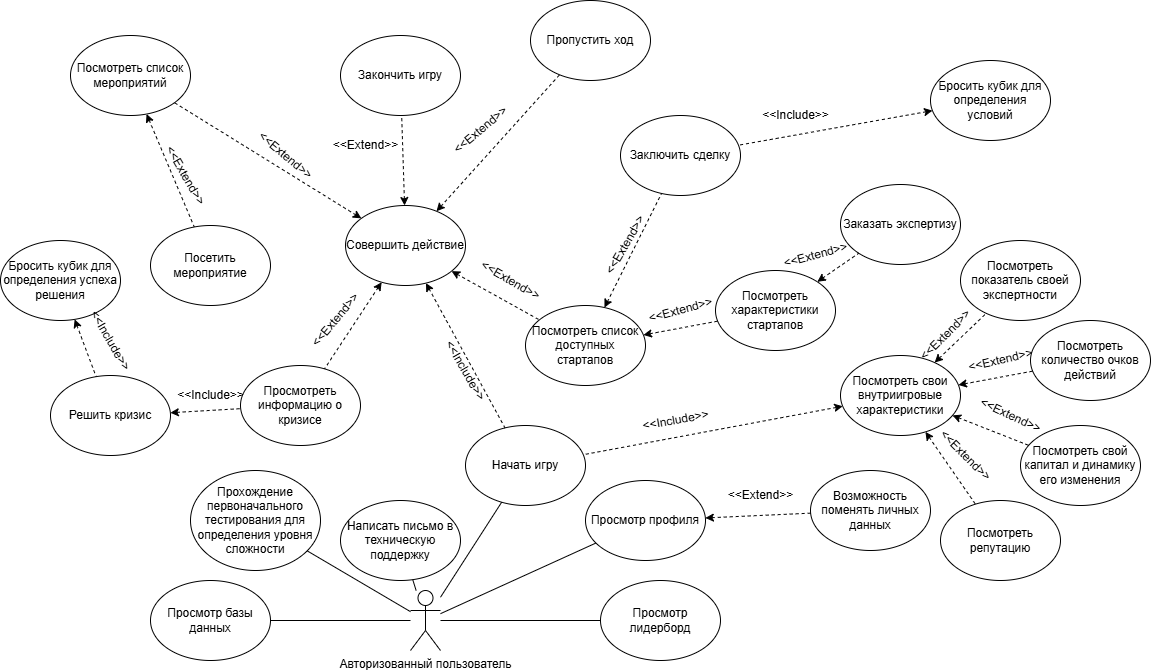
Before: Diagrams/Use-Case/UseCase - Авторизированный.drawio.png, a diagram exported from draw.io (intrafellow/TechTrackInvest). Source tidied: cells renumbered, new cells last; positions are measured from the earlier drawing's top-left corner, leaving out a move shared by most shapes.
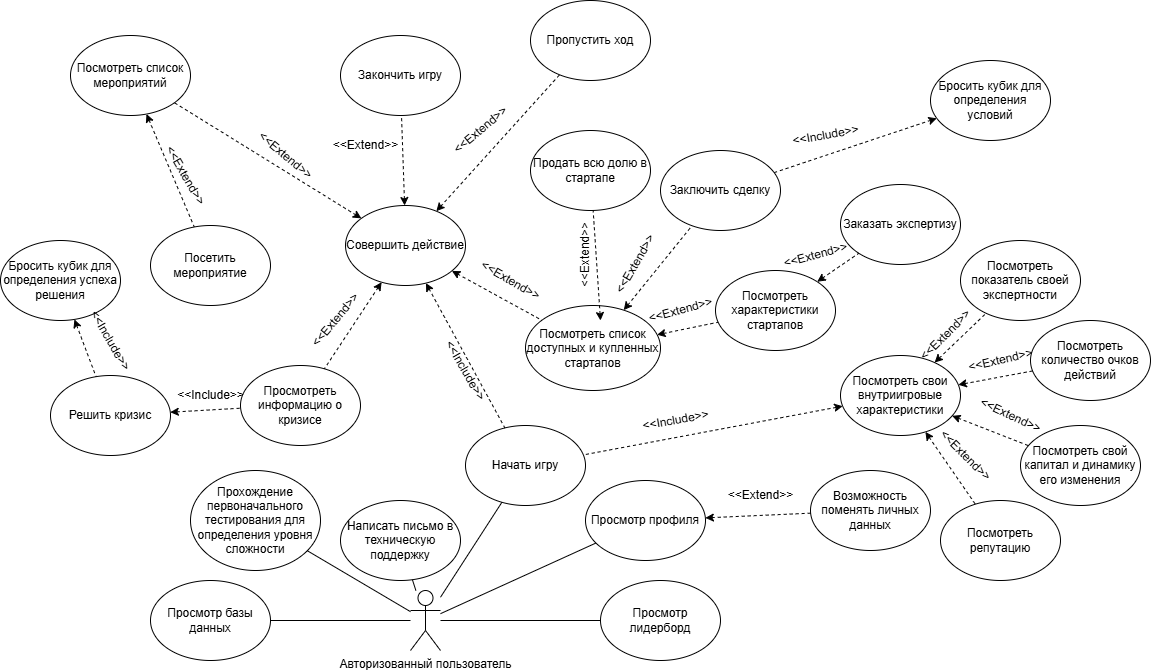
Above is the later version.

The edit, as a diff of the source:
```diff
@@ -89,8 +89,8 @@
     <mxCell id="30" style="endArrow=none;dashed=1;html=1;rounded=0;startArrow=classic;startFill=1;" parent="1" edge="1" source="19" target="29">
       <mxGeometry relative="1" as="geometry" />
     </mxCell>
-    <mxCell id="31" value="Посмотреть список доступных стартапов" style="ellipse;whiteSpace=wrap;html=1;" parent="1" vertex="1">
-      <mxGeometry x="525" y="305" width="120" height="80" as="geometry" />
+    <mxCell id="31" value="Посмотреть список доступных и купленных стартапов" style="ellipse;whiteSpace=wrap;html=1;" parent="1" vertex="1">
+      <mxGeometry x="525" y="305" width="135" height="85" as="geometry" />
     </mxCell>
     <mxCell id="32" style="endArrow=none;dashed=1;html=1;rounded=0;startArrow=classic;startFill=1;" parent="1" edge="1" source="65" target="31">
       <mxGeometry relative="1" as="geometry" />
@@ -102,7 +102,7 @@
       <mxGeometry relative="1" as="geometry" />
     </mxCell>
     <mxCell id="35" value="Заключить сделку" style="ellipse;whiteSpace=wrap;html=1;" parent="1" vertex="1">
-      <mxGeometry x="620" y="115" width="120" height="80" as="geometry" />
+      <mxGeometry x="660" y="150" width="120" height="80" as="geometry" />
     </mxCell>
     <mxCell id="36" style="endArrow=none;dashed=1;html=1;rounded=0;startArrow=classic;startFill=1;" parent="1" edge="1" source="31" target="35">
       <mxGeometry relative="1" as="geometry" />
@@ -129,7 +129,7 @@
       <mxGeometry x="635" y="295" width="90" height="30" as="geometry" />
     </mxCell>
     <mxCell id="44" value="&amp;lt;&amp;lt;Extend&amp;gt;&amp;gt;" style="text;html=1;align=center;verticalAlign=middle;strokeColor=none;fillColor=none;rotation=-60;" parent="1" vertex="1">
-      <mxGeometry x="580" y="230" width="90" height="30" as="geometry" />
+      <mxGeometry x="590" y="249" width="90" height="30" as="geometry" />
     </mxCell>
     <mxCell id="45" value="Бросить кубик для определения условий" style="ellipse;whiteSpace=wrap;html=1;" parent="1" vertex="1">
       <mxGeometry x="930" y="60" width="120" height="80" as="geometry" />
@@ -137,8 +137,8 @@
     <mxCell id="46" style="endArrow=none;dashed=1;html=1;rounded=0;startArrow=classic;startFill=1;" parent="1" edge="1" source="45" target="35">
       <mxGeometry relative="1" as="geometry" />
     </mxCell>
-    <mxCell id="47" value="&amp;lt;&amp;lt;Include&amp;gt;&amp;gt;" style="text;html=1;align=center;verticalAlign=middle;strokeColor=none;fillColor=none;rotation=0;" parent="1" vertex="1">
-      <mxGeometry x="750" y="100" width="90" height="30" as="geometry" />
+    <mxCell id="47" value="&amp;lt;&amp;lt;Include&amp;gt;&amp;gt;" style="text;html=1;align=center;verticalAlign=middle;strokeColor=none;fillColor=none;rotation=-10;" parent="1" vertex="1">
+      <mxGeometry x="780" y="120" width="90" height="30" as="geometry" />
     </mxCell>
     <mxCell id="48" value="Просмотреть информацию о кризисе" style="ellipse;whiteSpace=wrap;html=1;" parent="1" vertex="1">
       <mxGeometry x="240" y="365" width="120" height="80" as="geometry" />
@@ -215,5 +215,16 @@
     <mxCell id="72" value="&amp;lt;&amp;lt;Extend&amp;gt;&amp;gt;" style="text;html=1;align=center;verticalAlign=middle;strokeColor=none;fillColor=none;rotation=30;" parent="1" vertex="1">
       <mxGeometry x="465" y="265" width="90" height="30" as="geometry" />
     </mxCell>
+    <mxCell id="73" value="Продать всю долю в стартапе" style="ellipse;whiteSpace=wrap;html=1;" parent="1" vertex="1">
+      <mxGeometry x="530" y="130" width="120" height="80" as="geometry" />
+    </mxCell>
+    <mxCell id="74" style="endArrow=none;dashed=1;html=1;rounded=0;startArrow=classic;startFill=1;" parent="1" edge="1" target="73">
+      <mxGeometry relative="1" as="geometry">
+        <mxPoint x="600" y="320" as="sourcePoint" />
+      </mxGeometry>
+    </mxCell>
+    <mxCell id="75" value="&amp;lt;&amp;lt;Extend&amp;gt;&amp;gt;" style="text;html=1;align=center;verticalAlign=middle;strokeColor=none;fillColor=none;rotation=-90;" parent="1" vertex="1">
+      <mxGeometry x="540" y="240" width="90" height="30" as="geometry" />
+    </mxCell>
   </root>
 </mxGraphModel>
```
